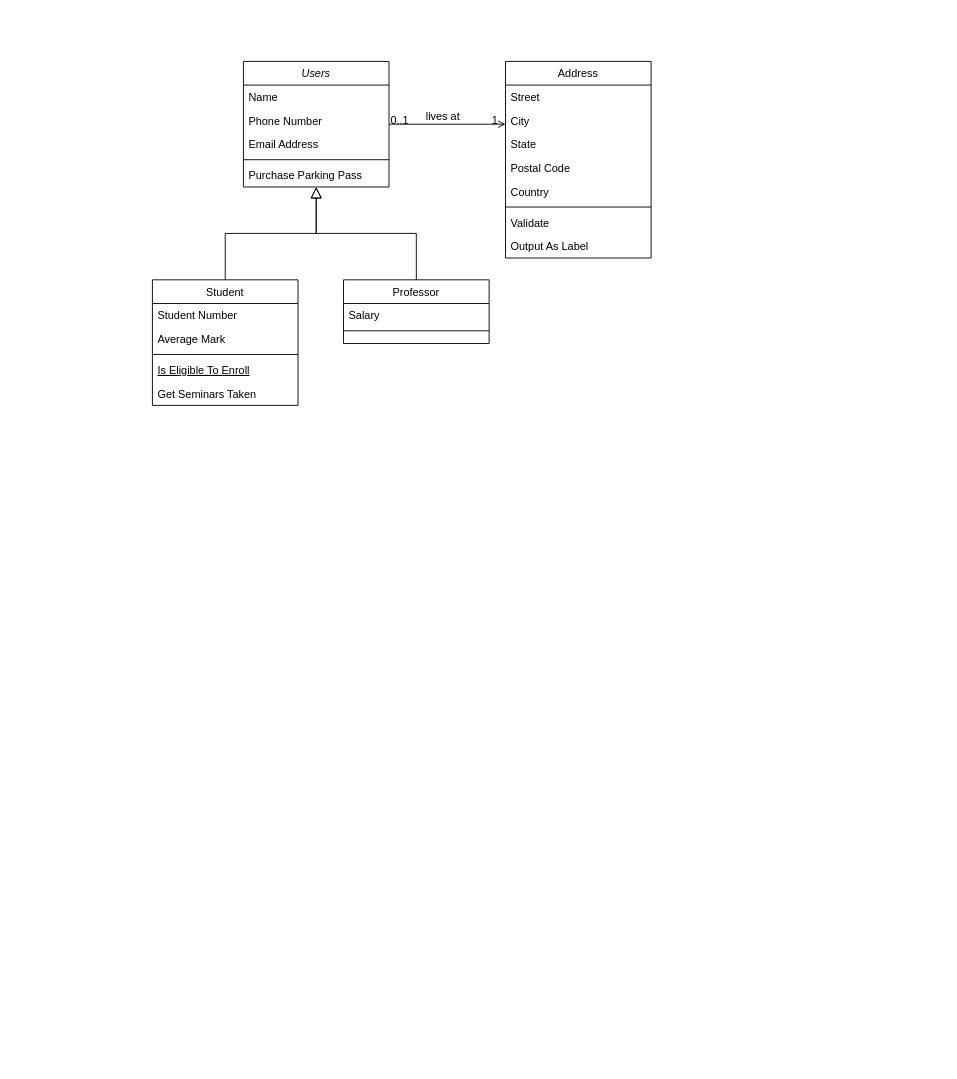
Above: DATN.drawio in ntuananhdevs/DATN-DevFoods (draw.io), before the change. Source tidied: cells renumbered, new cells numbered last; positions are measured from the earlier drawing's top-left corner, leaving out a move shared by most shapes. Both pictures are drawn from the tidied source at 91%, with x=0, y=0 at pixel (152, 61).
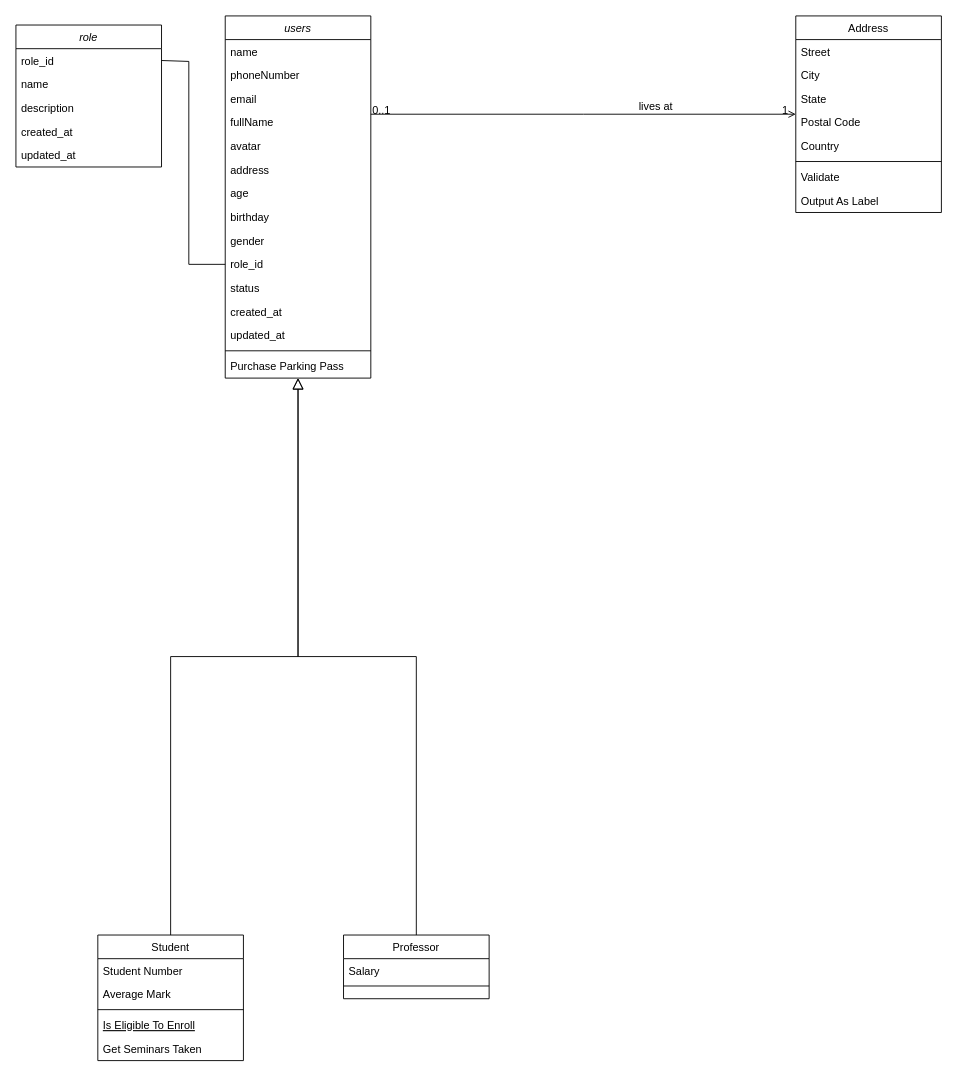
The same diagram, later.

Commit message (it also covers changes not shown here):
Cập nhật DATN.drawio

Change to the diagram source:
```diff
@@
-    <mxCell id="2" value="Users" style="swimlane;fontStyle=2;align=center;verticalAlign=top;horizontal=1;startSize=26;rounded=0;shadow=0;strokeWidth=1;" parent="1" vertex="1">
-      <mxGeometry x="100" width="160" height="138" as="geometry" />
+    <mxCell id="2" value="users" style="swimlane;fontStyle=2;align=center;verticalAlign=top;horizontal=1;startSize=26;rounded=0;shadow=0;strokeWidth=1;" parent="1" vertex="1">
+      <mxGeometry x="80" y="-50" width="160" height="398" as="geometry" />
     </mxCell>
-    <mxCell id="3" value="Name" style="text;align=left;verticalAlign=top;spacingLeft=4;spacingRight=4;overflow=hidden;" parent="2" vertex="1">
+    <mxCell id="3" value="name" style="text;align=left;verticalAlign=top;spacingLeft=4;spacingRight=4;overflow=hidden;" parent="2" vertex="1">
       <mxGeometry y="26" width="160" height="26" as="geometry" />
     </mxCell>
-    <mxCell id="4" value="Phone Number" style="text;align=left;verticalAlign=top;spacingLeft=4;spacingRight=4;overflow=hidden;rounded=0;shadow=0;html=0;" parent="2" vertex="1">
+    <mxCell id="4" value="phoneNumber" style="text;align=left;verticalAlign=top;spacingLeft=4;spacingRight=4;overflow=hidden;rounded=0;shadow=0;html=0;" parent="2" vertex="1">
       <mxGeometry y="52" width="160" height="26" as="geometry" />
     </mxCell>
-    <mxCell id="5" value="Email Address" style="text;align=left;verticalAlign=top;spacingLeft=4;spacingRight=4;overflow=hidden;rounded=0;shadow=0;html=0;" parent="2" vertex="1">
+    <mxCell id="5" value="email" style="text;align=left;verticalAlign=top;spacingLeft=4;spacingRight=4;overflow=hidden;rounded=0;shadow=0;html=0;" parent="2" vertex="1">
       <mxGeometry y="78" width="160" height="26" as="geometry" />
     </mxCell>
+    <mxCell id="32" value="fullName" style="text;align=left;verticalAlign=top;spacingLeft=4;spacingRight=4;overflow=hidden;rounded=0;shadow=0;html=0;" parent="2" vertex="1">
+      <mxGeometry y="104" width="160" height="26" as="geometry" />
+    </mxCell>
+    <mxCell id="33" value="avatar" style="text;align=left;verticalAlign=top;spacingLeft=4;spacingRight=4;overflow=hidden;rounded=0;shadow=0;html=0;" parent="2" vertex="1">
+      <mxGeometry y="130" width="160" height="26" as="geometry" />
+    </mxCell>
+    <mxCell id="34" value="address" style="text;align=left;verticalAlign=top;spacingLeft=4;spacingRight=4;overflow=hidden;rounded=0;shadow=0;html=0;" parent="2" vertex="1">
+      <mxGeometry y="156" width="160" height="26" as="geometry" />
+    </mxCell>
+    <mxCell id="7" value="age" style="text;align=left;verticalAlign=top;spacingLeft=4;spacingRight=4;overflow=hidden;" parent="2" vertex="1">
+      <mxGeometry y="182" width="160" height="26" as="geometry" />
+    </mxCell>
+    <mxCell id="35" value="birthday" style="text;align=left;verticalAlign=top;spacingLeft=4;spacingRight=4;overflow=hidden;" parent="2" vertex="1">
+      <mxGeometry y="208" width="160" height="26" as="geometry" />
+    </mxCell>
+    <mxCell id="36" value="gender" style="text;align=left;verticalAlign=top;spacingLeft=4;spacingRight=4;overflow=hidden;" parent="2" vertex="1">
+      <mxGeometry y="234" width="160" height="26" as="geometry" />
+    </mxCell>
+    <mxCell id="37" value="role_id" style="text;align=left;verticalAlign=top;spacingLeft=4;spacingRight=4;overflow=hidden;points=[[0,0.5],[1,0.5]];portConstraint=eastwest;" parent="2" vertex="1">
+      <mxGeometry y="260" width="160" height="26" as="geometry" />
+    </mxCell>
+    <mxCell id="38" value="status" style="text;align=left;verticalAlign=top;spacingLeft=4;spacingRight=4;overflow=hidden;" parent="2" vertex="1">
+      <mxGeometry y="286" width="160" height="26" as="geometry" />
+    </mxCell>
+    <mxCell id="39" value="created_at" style="text;align=left;verticalAlign=top;spacingLeft=4;spacingRight=4;overflow=hidden;" parent="2" vertex="1">
+      <mxGeometry y="312" width="160" height="26" as="geometry" />
+    </mxCell>
+    <mxCell id="40" value="updated_at" style="text;align=left;verticalAlign=top;spacingLeft=4;spacingRight=4;overflow=hidden;" parent="2" vertex="1">
+      <mxGeometry y="338" width="160" height="26" as="geometry" />
+    </mxCell>
     <mxCell id="6" style="line;html=1;strokeWidth=1;align=left;verticalAlign=middle;spacingTop=-1;spacingLeft=3;spacingRight=3;labelPosition=right;" parent="2" vertex="1">
-      <mxGeometry y="104" width="160" height="8" as="geometry" />
+      <mxGeometry y="364" width="160" height="8" as="geometry" />
     </mxCell>
-    <mxCell id="7" value="Purchase Parking Pass" style="text;align=left;verticalAlign=top;spacingLeft=4;spacingRight=4;overflow=hidden;" parent="2" vertex="1">
-      <mxGeometry y="112" width="160" height="26" as="geometry" />
-    </mxCell>
+    <mxCell id="41" value="Purchase Parking Pass" style="text;align=left;verticalAlign=top;spacingLeft=4;spacingRight=4;overflow=hidden;" parent="2" vertex="1">
+      <mxGeometry y="372" width="160" height="26" as="geometry" />
+    </mxCell>
     <mxCell id="8" value="Student" style="swimlane;fontStyle=0;align=center;verticalAlign=top;horizontal=1;startSize=26;rounded=0;shadow=0;strokeWidth=1;" parent="1" vertex="1">
-      <mxGeometry y="240" width="160" height="138" as="geometry" />
+      <mxGeometry x="-60" y="960" width="160" height="138" as="geometry" />
     </mxCell>
@@
     <mxCell id="15" value="Professor" style="swimlane;fontStyle=0;align=center;verticalAlign=top;horizontal=1;startSize=26;rounded=0;shadow=0;strokeWidth=1;" parent="1" vertex="1">
-      <mxGeometry x="210" y="240" width="160" height="70" as="geometry" />
+      <mxGeometry x="210" y="960" width="160" height="70" as="geometry" />
     </mxCell>
@@
     <mxCell id="19" value="Address" style="swimlane;fontStyle=0;align=center;verticalAlign=top;horizontal=1;startSize=26;rounded=0;shadow=0;strokeWidth=1;" parent="1" vertex="1">
-      <mxGeometry x="388" width="160" height="216" as="geometry" />
+      <mxGeometry x="707" y="-50" width="160" height="216" as="geometry" />
     </mxCell>
@@
+    <mxCell id="42" value="role" style="swimlane;fontStyle=2;align=center;verticalAlign=top;horizontal=1;startSize=26;rounded=0;shadow=0;strokeWidth=1;" parent="1" vertex="1">
+      <mxGeometry x="-150" y="-40" width="160" height="156" as="geometry" />
+    </mxCell>
+    <mxCell id="43" value="role_id" style="text;align=left;verticalAlign=top;spacingLeft=4;spacingRight=4;overflow=hidden;points=[[0,0.5],[1,0.5]];portConstraint=eastwest;" parent="42" vertex="1">
+      <mxGeometry y="26" width="160" height="26" as="geometry" />
+    </mxCell>
+    <mxCell id="44" value="name" style="text;align=left;verticalAlign=top;spacingLeft=4;spacingRight=4;overflow=hidden;rounded=0;shadow=0;html=0;" parent="42" vertex="1">
+      <mxGeometry y="52" width="160" height="26" as="geometry" />
+    </mxCell>
+    <mxCell id="45" value="description" style="text;align=left;verticalAlign=top;spacingLeft=4;spacingRight=4;overflow=hidden;" parent="42" vertex="1">
+      <mxGeometry y="78" width="160" height="26" as="geometry" />
+    </mxCell>
+    <mxCell id="46" value="created_at" style="text;align=left;verticalAlign=top;spacingLeft=4;spacingRight=4;overflow=hidden;" parent="42" vertex="1">
+      <mxGeometry y="104" width="160" height="26" as="geometry" />
+    </mxCell>
+    <mxCell id="47" value="updated_at" style="text;align=left;verticalAlign=top;spacingLeft=4;spacingRight=4;overflow=hidden;" parent="42" vertex="1">
+      <mxGeometry y="130" width="160" height="26" as="geometry" />
+    </mxCell>
+    <mxCell id="48" style="endArrow=none;html=1;rounded=0;exitX=1;exitY=0.5;exitDx=0;exitDy=0;entryX=0;entryY=0.5;entryDx=0;entryDy=0;" parent="1" edge="1" source="43" target="37">
+      <mxGeometry relative="1" as="geometry">
+        <Array as="points">
+          <mxPoint x="40" />
+          <mxPoint x="40" y="223" />
+        </Array>
+      </mxGeometry>
+    </mxCell>
```
